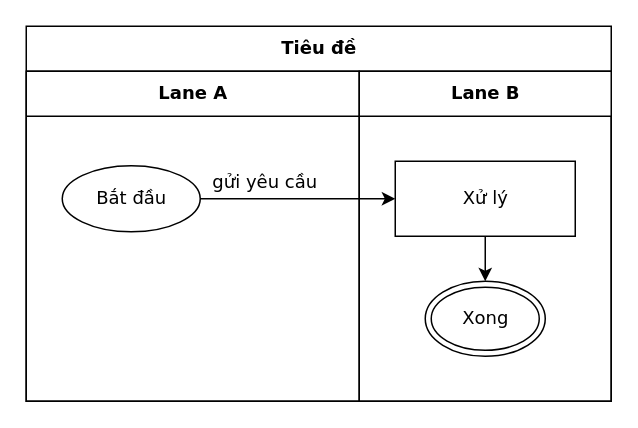
The draw.io diagram conformance/golden/optimize/cases-xlsx-06-hidden-and-merged.drawio in luytbq/flowcast, before the edit. Source tidied: cells renumbered, new cells numbered last; positions are measured from the earlier drawing's top-left corner, leaving out a move shared by most shapes. Both pictures are drawn from the tidied source at 150%, with x=0, y=0 at pixel (26, 26).
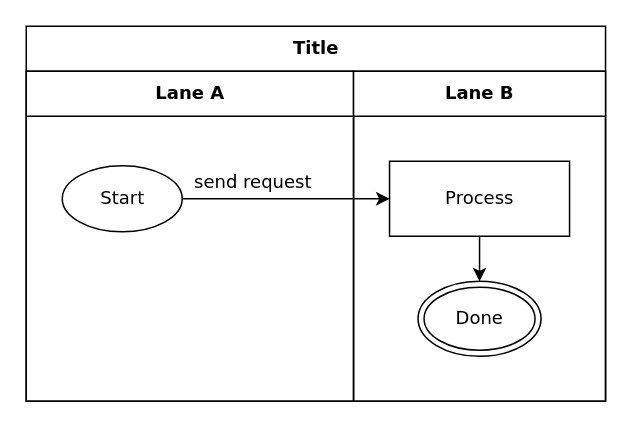
Above is the later version.

What changed in the source:
```diff
@@
 <mxGraphModel>
   <root>
     <mxCell id="0" />
     <mxCell id="1" parent="0" />
-    <mxCell id="2" value="Tiêu đề" style="swimlane;html=1;startSize=30;fontStyle=1;fontFamily=Verdana;fontSize=12;flowtable=1;" parent="1" vertex="1">
-      <mxGeometry width="390" height="250" as="geometry" />
+    <mxCell id="2" value="Title" style="swimlane;html=1;startSize=30;fontStyle=1;fontFamily=Verdana;fontSize=12;flowtable=1;" parent="1" vertex="1">
+      <mxGeometry width="386.2" height="250" as="geometry" />
     </mxCell>
     <mxCell id="3" value="Lane A" style="swimlane;html=1;startSize=30;fontFamily=Verdana;fontSize=12;flowtable=1;" parent="2" vertex="1">
-      <mxGeometry y="30" width="222" height="220" as="geometry" />
+      <mxGeometry y="30" width="218.2" height="220" as="geometry" />
     </mxCell>
     <mxCell id="4" value="Lane B" style="swimlane;html=1;startSize=30;fontFamily=Verdana;fontSize=12;flowtable=1;" parent="2" vertex="1">
-      <mxGeometry x="222" y="30" width="168" height="220" as="geometry" />
+      <mxGeometry x="218.2" y="30" width="168" height="220" as="geometry" />
     </mxCell>
-    <mxCell id="5" value="Bắt đầu" style="ellipse;html=1;fontFamily=Verdana;fontSize=12;flowtable=1;" parent="3" vertex="1">
-      <mxGeometry x="24" y="63" width="92" height="44" as="geometry" />
+    <mxCell id="5" value="Start" style="ellipse;html=1;fontFamily=Verdana;fontSize=12;flowtable=1;" parent="3" vertex="1">
+      <mxGeometry x="24" y="63" width="80" height="44" as="geometry" />
     </mxCell>
-    <mxCell id="6" value="Xử lý" style="rounded=0;html=1;fontFamily=Verdana;fontSize=12;flowtable=1;" parent="4" vertex="1">
+    <mxCell id="6" value="Process" style="rounded=0;html=1;fontFamily=Verdana;fontSize=12;flowtable=1;" parent="4" vertex="1">
       <mxGeometry x="24" y="60" width="120" height="50" as="geometry" />
     </mxCell>
-    <mxCell id="7" value="Xong" style="shape=doubleEllipse;html=1;fontFamily=Verdana;fontSize=12;flowtable=1;" parent="4" vertex="1">
-      <mxGeometry x="44" y="140" width="80" height="50" as="geometry" />
+    <mxCell id="7" value="Done" style="shape=doubleEllipse;html=1;fontFamily=Verdana;fontSize=12;flowtable=1;" parent="4" vertex="1">
+      <mxGeometry x="43" y="140" width="82" height="50" as="geometry" />
     </mxCell>
-    <mxCell id="8" value="gửi yêu cầu" style="edgeStyle=orthogonalEdgeStyle;rounded=0;jettySize=auto;html=1;labelBackgroundColor=default;exitX=1;exitY=0.5;exitDx=0;exitDy=0;entryX=0;entryY=0.5;entryDx=0;entryDy=0;fontFamily=Verdana;fontSize=12;flowtable=1;" parent="2" edge="1" source="5" target="6">
-      <mxGeometry x="-0.34" relative="1" as="geometry">
+    <mxCell id="8" value="send request" style="edgeStyle=orthogonalEdgeStyle;rounded=0;jettySize=auto;html=1;labelBackgroundColor=default;exitX=1;exitY=0.5;exitDx=0;exitDy=0;entryX=0;entryY=0.5;entryDx=0;entryDy=0;fontFamily=Verdana;fontSize=12;flowtable=1;" parent="2" edge="1" source="5" target="6">
+      <mxGeometry x="-0.32" relative="1" as="geometry">
         <mxPoint y="-11.5" as="offset" />
       </mxGeometry>
     </mxCell>
     <mxCell id="9" style="edgeStyle=orthogonalEdgeStyle;rounded=0;jettySize=auto;html=1;labelBackgroundColor=default;exitX=0.5;exitY=1;exitDx=0;exitDy=0;entryX=0.5;entryY=0;entryDx=0;entryDy=0;fontFamily=Verdana;fontSize=12;flowtable=1;" parent="2" edge="1" source="6" target="7">
       <mxGeometry relative="1" as="geometry" />
     </mxCell>
   </root>
 </mxGraphModel>
```
